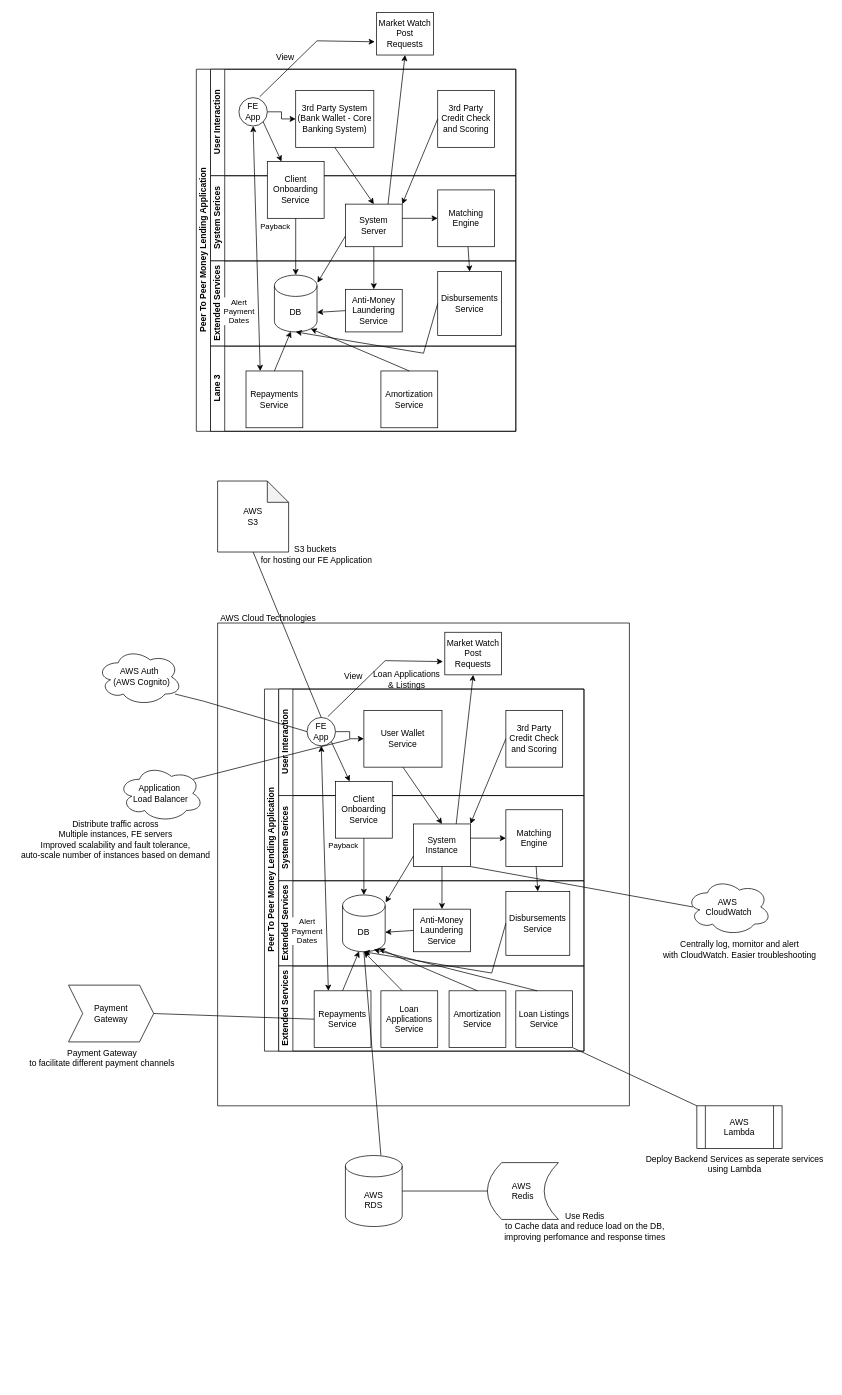
Earlier version of the draw.io diagram src/P2P.drawio (marlonmilesmg/maven-marlon). Source tidied: cells renumbered, new cells numbered last; positions are measured from the earlier drawing's top-left corner, leaving out a move shared by most shapes. Both pictures are drawn from the tidied source at 71%, with x=0, y=0 at pixel (12, 12).
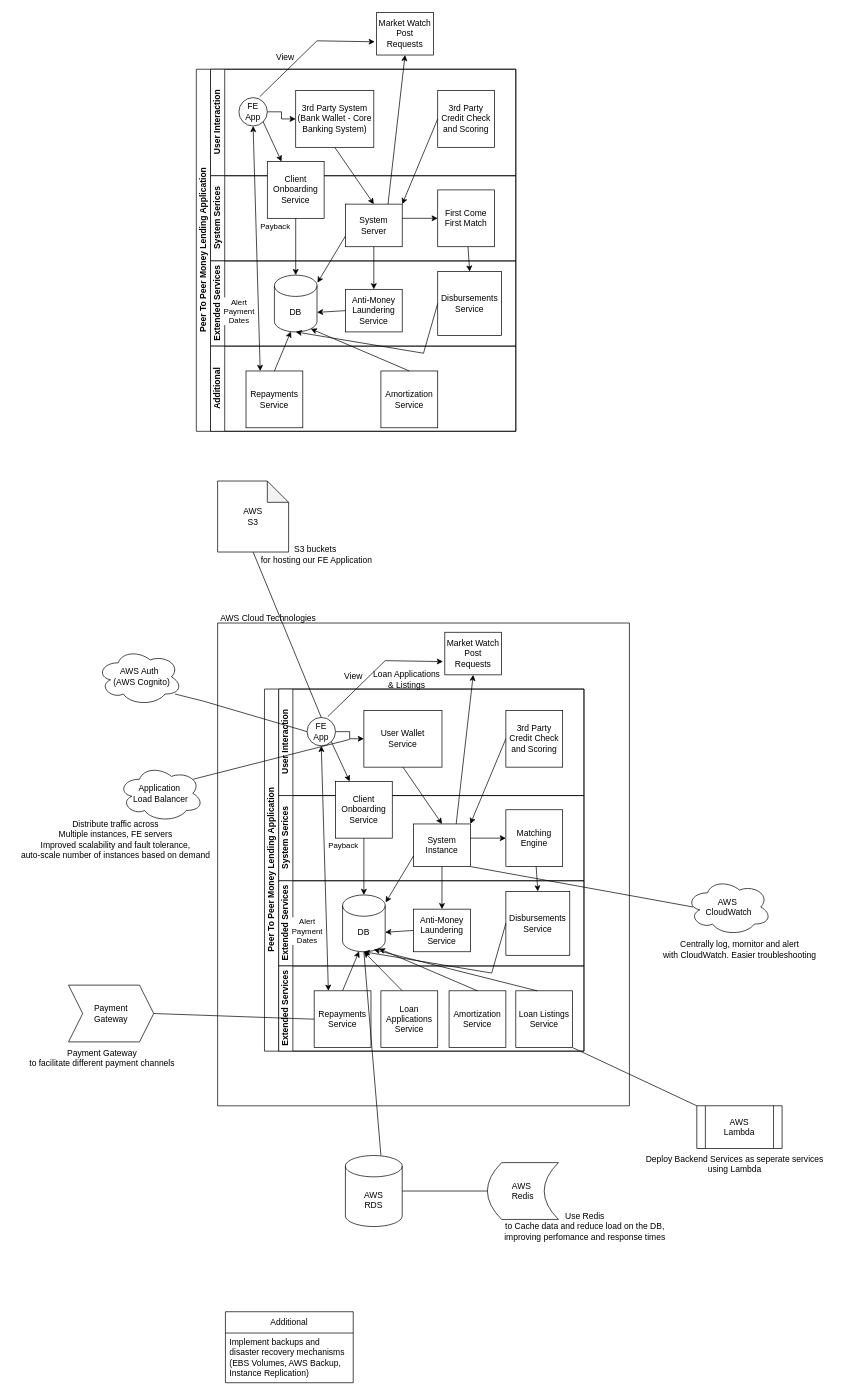
The same page after the edit.

Unchanged cells that the change refers to:
```xml
<mxCell id="2" value="Peer To Peer Money Lending Application" style="swimlane;html=1;horizontal=0;startSize=20;" parent="1" vertex="1">
  <mxGeometry x="259" y="80" width="450" height="510" as="geometry" />
</mxCell>
<mxCell id="8" value="System Serices" style="swimlane;html=1;startSize=20;horizontal=0;" parent="2" vertex="1">
  <mxGeometry x="20" y="150" width="430" height="120" as="geometry" />
</mxCell>
```

The edit, as a diff of the source:
```diff
@@
-    <mxCell id="10" value="Matching Engine" style="whiteSpace=wrap;html=1;" parent="8" vertex="1">
+    <mxCell id="10" value="First Come First Match" style="whiteSpace=wrap;html=1;" parent="8" vertex="1">
       <mxGeometry x="320" y="20" width="80" height="80" as="geometry" />
     </mxCell>
@@
-    <mxCell id="19" value="Lane 3" style="swimlane;html=1;startSize=20;horizontal=0;" parent="2" vertex="1">
+    <mxCell id="19" value="Additional" style="swimlane;html=1;startSize=20;horizontal=0;" parent="2" vertex="1">
       <mxGeometry x="20" y="390" width="430" height="120" as="geometry" />
     </mxCell>
@@
+    <mxCell id="103" value="Additional" style="swimlane;fontStyle=0;horizontal=1;startSize=30;whiteSpace=wrap;html=1;" parent="1" vertex="1">
+      <mxGeometry x="300" y="1830" width="180" height="100" as="geometry" />
+    </mxCell>
+    <mxCell id="104" value="Implement backups and disaster recovery mechanisms&lt;br&gt;(EBS Volumes, AWS Backup, Instance Replication)" style="text;strokeColor=none;fillColor=none;align=left;verticalAlign=middle;spacingLeft=4;spacingRight=4;overflow=hidden;whiteSpace=wrap;html=1;" parent="103" vertex="1">
+      <mxGeometry y="30" width="180" height="70" as="geometry" />
+    </mxCell>
```
